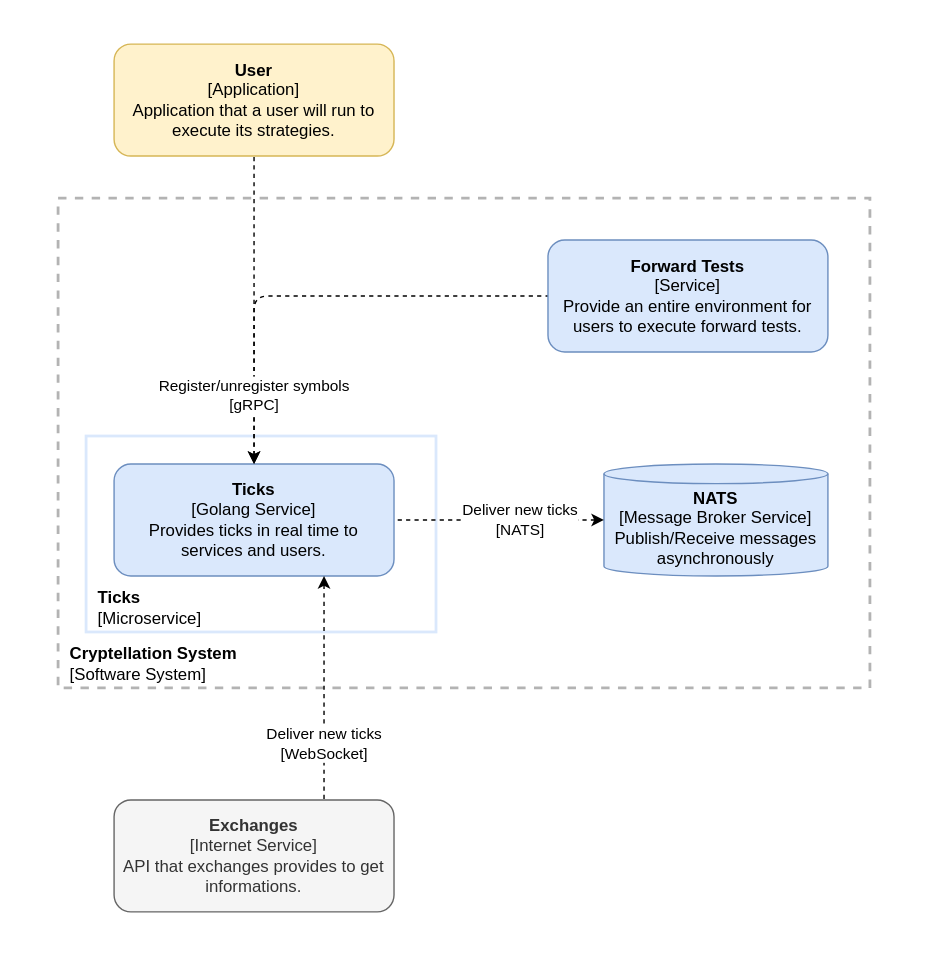
Earlier version of the draw.io export website/docs/architecture/ticks/container-diagram.svg (lerenn/cryptellation). Source tidied: cells renumbered, new cells last; positions are measured from the earlier drawing's top-left corner, leaving out a move shared by most shapes. The source it was exported from:
```xml
<mxGraphModel>
  <root>
    <mxCell id="0" />
    <mxCell id="1" parent="0" />
    <mxCell id="2" style="rounded=1;whiteSpace=wrap;html=1;labelBackgroundColor=none;strokeColor=none;strokeWidth=2;fillColor=default;" parent="1" vertex="1">
      <mxGeometry width="660" height="690" as="geometry" />
    </mxCell>
    <mxCell id="3" value="&lt;b style=&quot;&quot;&gt;&amp;nbsp; Cryptellation System&lt;br&gt;&amp;nbsp;&amp;nbsp;&lt;/b&gt;&lt;span style=&quot;&quot;&gt;[Software System]&lt;/span&gt;" style="rounded=0;whiteSpace=wrap;html=1;fillColor=none;dashed=1;strokeWidth=2;strokeColor=#B3B3B3;align=left;verticalAlign=bottom;" parent="1" vertex="1">
      <mxGeometry x="40" y="140" width="580" height="350" as="geometry" />
    </mxCell>
    <mxCell id="4" value="&amp;nbsp; &lt;b&gt;Ticks&lt;/b&gt;&lt;br&gt;&amp;nbsp; [Microservice]" style="rounded=0;whiteSpace=wrap;html=1;labelBackgroundColor=none;strokeColor=#DAE8FC;strokeWidth=2;fillColor=none;verticalAlign=bottom;align=left;" parent="1" vertex="1">
      <mxGeometry x="60" y="310" width="250" height="140" as="geometry" />
    </mxCell>
    <mxCell id="5" value="&lt;b&gt;Ticks&lt;/b&gt;&lt;br&gt;[Golang Service]&lt;br&gt;Provides ticks in real time to&lt;br&gt;services and users." style="rounded=1;whiteSpace=wrap;html=1;fillColor=#dae8fc;strokeColor=#6c8ebf;" parent="1" vertex="1">
      <mxGeometry x="80" y="330" width="200" height="80" as="geometry" />
    </mxCell>
    <mxCell id="6" value="&lt;b&gt;NATS&lt;/b&gt;&lt;br&gt;[Message Broker Service]&lt;br&gt;Publish/Receive messages asynchronously" style="shape=cylinder3;whiteSpace=wrap;html=1;boundedLbl=1;backgroundOutline=1;size=7;fillColor=#dae8fc;strokeColor=#6c8ebf;" parent="1" vertex="1">
      <mxGeometry x="430" y="330" width="160" height="80" as="geometry" />
    </mxCell>
    <mxCell id="7" value="&lt;font face=&quot;helvetica&quot;&gt;&lt;br&gt;&lt;/font&gt;" style="endArrow=none;dashed=1;html=1;entryX=0;entryY=0.5;entryDx=0;entryDy=0;edgeStyle=orthogonalEdgeStyle;startArrow=classic;startFill=1;exitX=0.5;exitY=0;exitDx=0;exitDy=0;" parent="1" edge="1" source="5" target="13">
      <mxGeometry x="-0.57" relative="1" as="geometry" />
    </mxCell>
    <mxCell id="8" value="&lt;b style=&quot;color: rgb(51 , 51 , 51)&quot;&gt;Exchanges&lt;/b&gt;&lt;br style=&quot;color: rgb(51 , 51 , 51)&quot;&gt;&lt;span style=&quot;color: rgb(51 , 51 , 51)&quot;&gt;[Internet Service]&lt;/span&gt;&lt;br style=&quot;color: rgb(51 , 51 , 51)&quot;&gt;&lt;span style=&quot;color: rgb(51 , 51 , 51)&quot;&gt;API that exchanges provides to get informations.&lt;/span&gt;" style="rounded=1;whiteSpace=wrap;html=1;fillColor=#f5f5f5;fontColor=#333333;strokeColor=#666666;" parent="1" vertex="1">
      <mxGeometry x="80" y="570" width="200" height="80" as="geometry" />
    </mxCell>
    <mxCell id="9" value="Deliver new ticks&lt;br&gt;[WebSocket]" style="endArrow=none;dashed=1;html=1;exitX=0.75;exitY=1;exitDx=0;exitDy=0;edgeStyle=orthogonalEdgeStyle;startArrow=classic;startFill=1;entryX=0.75;entryY=0;entryDx=0;entryDy=0;" parent="1" edge="1" source="5" target="8">
      <mxGeometry x="0.5" relative="1" as="geometry" />
    </mxCell>
    <mxCell id="10" value="&lt;b style=&quot;color: rgb(0 , 0 , 0) ; font-family: &amp;#34;helvetica&amp;#34; ; font-size: 12px ; font-style: normal ; letter-spacing: normal ; text-align: center ; text-indent: 0px ; text-transform: none ; word-spacing: 0px&quot;&gt;User&lt;/b&gt;&lt;br style=&quot;color: rgb(0 , 0 , 0) ; font-family: &amp;#34;helvetica&amp;#34; ; font-size: 12px ; font-style: normal ; font-weight: 400 ; letter-spacing: normal ; text-align: center ; text-indent: 0px ; text-transform: none ; word-spacing: 0px&quot;&gt;&lt;span style=&quot;color: rgb(0 , 0 , 0) ; font-family: &amp;#34;helvetica&amp;#34; ; font-size: 12px ; font-style: normal ; font-weight: 400 ; letter-spacing: normal ; text-align: center ; text-indent: 0px ; text-transform: none ; word-spacing: 0px ; display: inline ; float: none&quot;&gt;[Application]&lt;/span&gt;&lt;br style=&quot;color: rgb(0 , 0 , 0) ; font-family: &amp;#34;helvetica&amp;#34; ; font-size: 12px ; font-style: normal ; font-weight: 400 ; letter-spacing: normal ; text-align: center ; text-indent: 0px ; text-transform: none ; word-spacing: 0px&quot;&gt;&lt;span style=&quot;color: rgb(0 , 0 , 0) ; font-family: &amp;#34;helvetica&amp;#34; ; font-size: 12px ; font-style: normal ; font-weight: 400 ; letter-spacing: normal ; text-align: center ; text-indent: 0px ; text-transform: none ; word-spacing: 0px ; display: inline ; float: none&quot;&gt;Application that a user will run to execute its strategies.&lt;/span&gt;" style="rounded=1;whiteSpace=wrap;html=1;strokeColor=#d6b656;strokeWidth=1;fillColor=#fff2cc;" parent="1" vertex="1">
      <mxGeometry x="80" y="30" width="200" height="80" as="geometry" />
    </mxCell>
    <mxCell id="11" value="&lt;font face=&quot;helvetica&quot;&gt;Register/unregister symbols&lt;br&gt;[gRPC]&lt;br&gt;&lt;/font&gt;" style="endArrow=none;dashed=1;html=1;entryX=0.5;entryY=1;entryDx=0;entryDy=0;edgeStyle=orthogonalEdgeStyle;startArrow=classic;startFill=1;" parent="1" edge="1" target="10">
      <mxGeometry x="-0.55" relative="1" as="geometry">
        <mxPoint x="180" y="330" as="sourcePoint" />
      </mxGeometry>
    </mxCell>
    <mxCell id="12" value="Deliver new ticks&lt;br&gt;[NATS]" style="endArrow=none;dashed=1;html=1;exitX=0;exitY=0.5;exitDx=0;exitDy=0;edgeStyle=orthogonalEdgeStyle;startArrow=classic;startFill=1;entryX=1;entryY=0.5;entryDx=0;entryDy=0;exitPerimeter=0;" parent="1" edge="1" source="6" target="5">
      <mxGeometry x="-0.2" relative="1" as="geometry">
        <Array as="points">
          <mxPoint x="370" y="370" />
          <mxPoint x="370" y="370" />
        </Array>
      </mxGeometry>
    </mxCell>
    <mxCell id="13" value="&lt;b&gt;Forward Tests&lt;/b&gt;&lt;br&gt;[Service]&lt;br&gt;Provide an entire environment for users to execute forward tests." style="rounded=1;whiteSpace=wrap;html=1;fillColor=#dae8fc;strokeColor=#6c8ebf;" parent="1" vertex="1">
      <mxGeometry x="390" y="170" width="200" height="80" as="geometry" />
    </mxCell>
  </root>
</mxGraphModel>
```
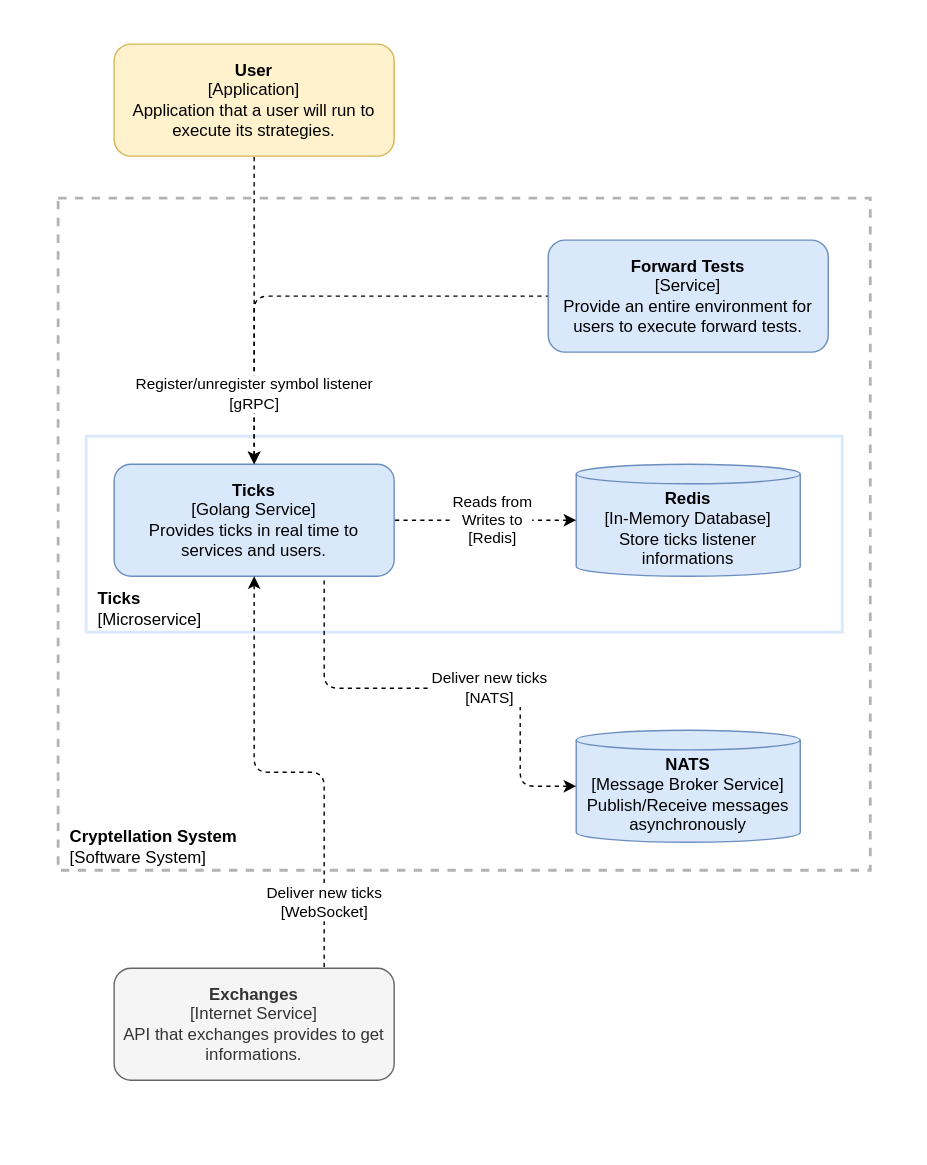
After the change.

Commit message:
add component diagram for ticks service

The edit, as a diff of the source:
```diff
@@ -3,47 +3,59 @@
     <mxCell id="0" />
     <mxCell id="1" parent="0" />
     <mxCell id="2" style="rounded=1;whiteSpace=wrap;html=1;labelBackgroundColor=none;strokeColor=none;strokeWidth=2;fillColor=default;" parent="1" vertex="1">
-      <mxGeometry width="660" height="690" as="geometry" />
+      <mxGeometry width="660" height="830" as="geometry" />
     </mxCell>
     <mxCell id="3" value="&lt;b style=&quot;&quot;&gt;&amp;nbsp; Cryptellation System&lt;br&gt;&amp;nbsp;&amp;nbsp;&lt;/b&gt;&lt;span style=&quot;&quot;&gt;[Software System]&lt;/span&gt;" style="rounded=0;whiteSpace=wrap;html=1;fillColor=none;dashed=1;strokeWidth=2;strokeColor=#B3B3B3;align=left;verticalAlign=bottom;" parent="1" vertex="1">
-      <mxGeometry x="40" y="140" width="580" height="350" as="geometry" />
+      <mxGeometry x="40" y="140" width="580" height="480" as="geometry" />
     </mxCell>
     <mxCell id="4" value="&amp;nbsp; &lt;b&gt;Ticks&lt;/b&gt;&lt;br&gt;&amp;nbsp; [Microservice]" style="rounded=0;whiteSpace=wrap;html=1;labelBackgroundColor=none;strokeColor=#DAE8FC;strokeWidth=2;fillColor=none;verticalAlign=bottom;align=left;" parent="1" vertex="1">
-      <mxGeometry x="60" y="310" width="250" height="140" as="geometry" />
+      <mxGeometry x="60" y="310" width="540" height="140" as="geometry" />
     </mxCell>
     <mxCell id="5" value="&lt;b&gt;Ticks&lt;/b&gt;&lt;br&gt;[Golang Service]&lt;br&gt;Provides ticks in real time to&lt;br&gt;services and users." style="rounded=1;whiteSpace=wrap;html=1;fillColor=#dae8fc;strokeColor=#6c8ebf;" parent="1" vertex="1">
       <mxGeometry x="80" y="330" width="200" height="80" as="geometry" />
     </mxCell>
     <mxCell id="6" value="&lt;b&gt;NATS&lt;/b&gt;&lt;br&gt;[Message Broker Service]&lt;br&gt;Publish/Receive messages asynchronously" style="shape=cylinder3;whiteSpace=wrap;html=1;boundedLbl=1;backgroundOutline=1;size=7;fillColor=#dae8fc;strokeColor=#6c8ebf;" parent="1" vertex="1">
-      <mxGeometry x="430" y="330" width="160" height="80" as="geometry" />
+      <mxGeometry x="410" y="520" width="160" height="80" as="geometry" />
     </mxCell>
     <mxCell id="7" value="&lt;font face=&quot;helvetica&quot;&gt;&lt;br&gt;&lt;/font&gt;" style="endArrow=none;dashed=1;html=1;entryX=0;entryY=0.5;entryDx=0;entryDy=0;edgeStyle=orthogonalEdgeStyle;startArrow=classic;startFill=1;exitX=0.5;exitY=0;exitDx=0;exitDy=0;" parent="1" edge="1" source="5" target="13">
       <mxGeometry x="-0.57" relative="1" as="geometry" />
     </mxCell>
     <mxCell id="8" value="&lt;b style=&quot;color: rgb(51 , 51 , 51)&quot;&gt;Exchanges&lt;/b&gt;&lt;br style=&quot;color: rgb(51 , 51 , 51)&quot;&gt;&lt;span style=&quot;color: rgb(51 , 51 , 51)&quot;&gt;[Internet Service]&lt;/span&gt;&lt;br style=&quot;color: rgb(51 , 51 , 51)&quot;&gt;&lt;span style=&quot;color: rgb(51 , 51 , 51)&quot;&gt;API that exchanges provides to get informations.&lt;/span&gt;" style="rounded=1;whiteSpace=wrap;html=1;fillColor=#f5f5f5;fontColor=#333333;strokeColor=#666666;" parent="1" vertex="1">
-      <mxGeometry x="80" y="570" width="200" height="80" as="geometry" />
+      <mxGeometry x="80" y="690" width="200" height="80" as="geometry" />
     </mxCell>
-    <mxCell id="9" value="Deliver new ticks&lt;br&gt;[WebSocket]" style="endArrow=none;dashed=1;html=1;exitX=0.75;exitY=1;exitDx=0;exitDy=0;edgeStyle=orthogonalEdgeStyle;startArrow=classic;startFill=1;entryX=0.75;entryY=0;entryDx=0;entryDy=0;" parent="1" edge="1" source="5" target="8">
-      <mxGeometry x="0.5" relative="1" as="geometry" />
+    <mxCell id="9" value="Deliver new ticks&lt;br&gt;[WebSocket]" style="endArrow=none;dashed=1;html=1;exitX=0.5;exitY=1;exitDx=0;exitDy=0;edgeStyle=orthogonalEdgeStyle;startArrow=classic;startFill=1;entryX=0.75;entryY=0;entryDx=0;entryDy=0;" parent="1" edge="1" source="5" target="8">
+      <mxGeometry x="0.71" relative="1" as="geometry" />
     </mxCell>
     <mxCell id="10" value="&lt;b style=&quot;color: rgb(0 , 0 , 0) ; font-family: &amp;#34;helvetica&amp;#34; ; font-size: 12px ; font-style: normal ; letter-spacing: normal ; text-align: center ; text-indent: 0px ; text-transform: none ; word-spacing: 0px&quot;&gt;User&lt;/b&gt;&lt;br style=&quot;color: rgb(0 , 0 , 0) ; font-family: &amp;#34;helvetica&amp;#34; ; font-size: 12px ; font-style: normal ; font-weight: 400 ; letter-spacing: normal ; text-align: center ; text-indent: 0px ; text-transform: none ; word-spacing: 0px&quot;&gt;&lt;span style=&quot;color: rgb(0 , 0 , 0) ; font-family: &amp;#34;helvetica&amp;#34; ; font-size: 12px ; font-style: normal ; font-weight: 400 ; letter-spacing: normal ; text-align: center ; text-indent: 0px ; text-transform: none ; word-spacing: 0px ; display: inline ; float: none&quot;&gt;[Application]&lt;/span&gt;&lt;br style=&quot;color: rgb(0 , 0 , 0) ; font-family: &amp;#34;helvetica&amp;#34; ; font-size: 12px ; font-style: normal ; font-weight: 400 ; letter-spacing: normal ; text-align: center ; text-indent: 0px ; text-transform: none ; word-spacing: 0px&quot;&gt;&lt;span style=&quot;color: rgb(0 , 0 , 0) ; font-family: &amp;#34;helvetica&amp;#34; ; font-size: 12px ; font-style: normal ; font-weight: 400 ; letter-spacing: normal ; text-align: center ; text-indent: 0px ; text-transform: none ; word-spacing: 0px ; display: inline ; float: none&quot;&gt;Application that a user will run to execute its strategies.&lt;/span&gt;" style="rounded=1;whiteSpace=wrap;html=1;strokeColor=#d6b656;strokeWidth=1;fillColor=#fff2cc;" parent="1" vertex="1">
       <mxGeometry x="80" y="30" width="200" height="80" as="geometry" />
     </mxCell>
-    <mxCell id="11" value="&lt;font face=&quot;helvetica&quot;&gt;Register/unregister symbols&lt;br&gt;[gRPC]&lt;br&gt;&lt;/font&gt;" style="endArrow=none;dashed=1;html=1;entryX=0.5;entryY=1;entryDx=0;entryDy=0;edgeStyle=orthogonalEdgeStyle;startArrow=classic;startFill=1;" parent="1" edge="1" target="10">
+    <mxCell id="11" value="&lt;font face=&quot;helvetica&quot;&gt;Register/unregister symbol listener&lt;br&gt;[gRPC]&lt;br&gt;&lt;/font&gt;" style="endArrow=none;dashed=1;html=1;entryX=0.5;entryY=1;entryDx=0;entryDy=0;edgeStyle=orthogonalEdgeStyle;startArrow=classic;startFill=1;" parent="1" edge="1" target="10">
       <mxGeometry x="-0.55" relative="1" as="geometry">
         <mxPoint x="180" y="330" as="sourcePoint" />
       </mxGeometry>
     </mxCell>
-    <mxCell id="12" value="Deliver new ticks&lt;br&gt;[NATS]" style="endArrow=none;dashed=1;html=1;exitX=0;exitY=0.5;exitDx=0;exitDy=0;edgeStyle=orthogonalEdgeStyle;startArrow=classic;startFill=1;entryX=1;entryY=0.5;entryDx=0;entryDy=0;exitPerimeter=0;" parent="1" edge="1" source="6" target="5">
+    <mxCell id="12" value="Deliver new ticks&lt;br&gt;[NATS]" style="endArrow=none;dashed=1;html=1;exitX=0;exitY=0.5;exitDx=0;exitDy=0;edgeStyle=orthogonalEdgeStyle;startArrow=classic;startFill=1;entryX=0.75;entryY=1;entryDx=0;entryDy=0;exitPerimeter=0;" parent="1" edge="1" source="6" target="5">
       <mxGeometry x="-0.2" relative="1" as="geometry">
         <Array as="points">
-          <mxPoint x="370" y="370" />
-          <mxPoint x="370" y="370" />
+          <mxPoint x="370" y="560" />
+          <mxPoint x="370" y="490" />
+          <mxPoint x="230" y="490" />
         </Array>
       </mxGeometry>
     </mxCell>
     <mxCell id="13" value="&lt;b&gt;Forward Tests&lt;/b&gt;&lt;br&gt;[Service]&lt;br&gt;Provide an entire environment for users to execute forward tests." style="rounded=1;whiteSpace=wrap;html=1;fillColor=#dae8fc;strokeColor=#6c8ebf;" parent="1" vertex="1">
       <mxGeometry x="390" y="170" width="200" height="80" as="geometry" />
     </mxCell>
+    <mxCell id="14" value="&lt;b&gt;Redis&lt;/b&gt;&lt;br&gt;[In-Memory Database]&lt;br&gt;Store ticks listener informations" style="shape=cylinder3;whiteSpace=wrap;html=1;boundedLbl=1;backgroundOutline=1;size=7;fillColor=#dae8fc;strokeColor=#6c8ebf;" parent="1" vertex="1">
+      <mxGeometry x="410" y="330" width="160" height="80" as="geometry" />
+    </mxCell>
+    <mxCell id="15" value="Reads from&lt;br&gt;Writes to&lt;br&gt;[Redis]" style="endArrow=none;dashed=1;html=1;exitX=0;exitY=0.5;exitDx=0;exitDy=0;edgeStyle=orthogonalEdgeStyle;startArrow=classic;startFill=1;entryX=1;entryY=0.5;entryDx=0;entryDy=0;exitPerimeter=0;" parent="1" edge="1" source="14" target="5">
+      <mxGeometry x="-0.08" relative="1" as="geometry">
+        <Array as="points">
+          <mxPoint x="330" y="370" />
+          <mxPoint x="330" y="370" />
+        </Array>
+      </mxGeometry>
+    </mxCell>
   </root>
 </mxGraphModel>
```
